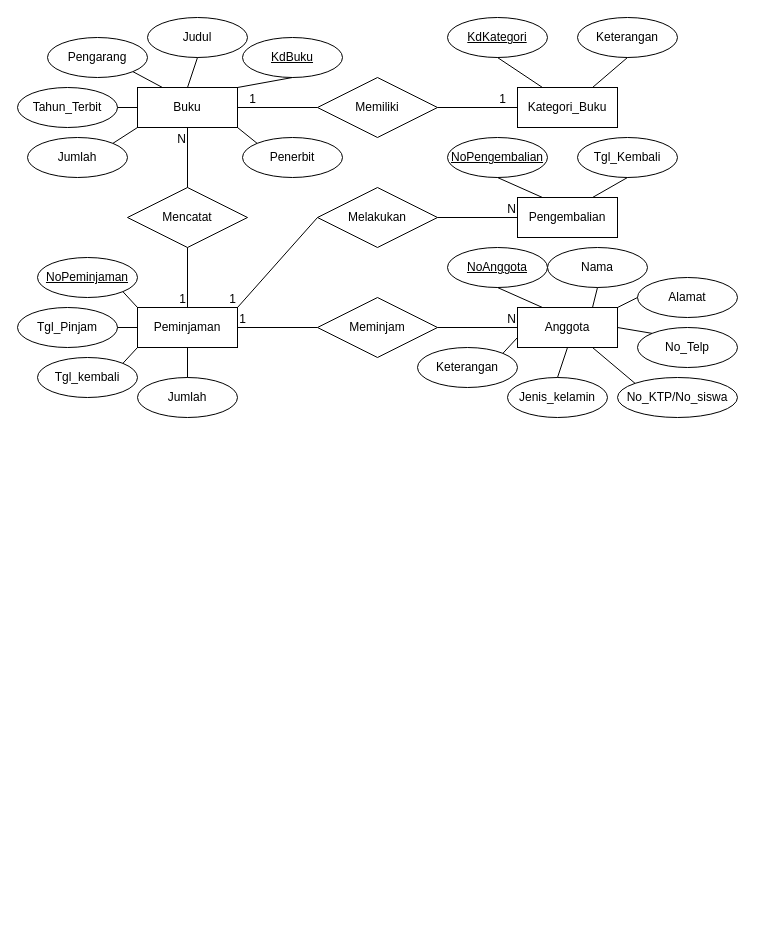
Earlier version of the draw.io diagram Matkul_Semester_2/BasisData/jobsheet7.drawio (GhoffarFitassin/Kuliah). Source tidied: cells renumbered, new cells numbered last; positions are measured from the earlier drawing's top-left corner, leaving out a move shared by most shapes. Both pictures are drawn from the tidied source at 100%, with x=0, y=0 at pixel (17, 17).
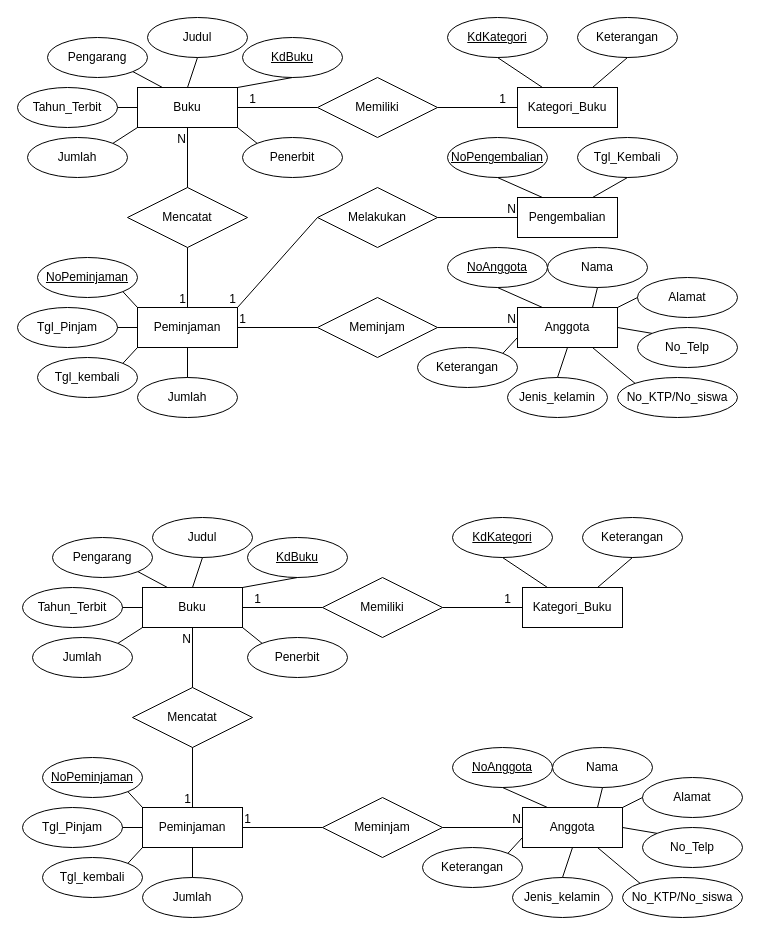
After the change.

Diff of the diagram source:
```diff
@@
+    <mxCell id="69" value="Buku" style="whiteSpace=wrap;html=1;align=center;" parent="1" vertex="1">
+      <mxGeometry x="125" y="570" width="100" height="40" as="geometry" />
+    </mxCell>
+    <mxCell id="70" value="Anggota" style="whiteSpace=wrap;html=1;align=center;" parent="1" vertex="1">
+      <mxGeometry x="505" y="790" width="100" height="40" as="geometry" />
+    </mxCell>
+    <mxCell id="71" value="Peminjaman" style="whiteSpace=wrap;html=1;align=center;" parent="1" vertex="1">
+      <mxGeometry x="125" y="790" width="100" height="40" as="geometry" />
+    </mxCell>
+    <mxCell id="72" value="Kategori_Buku" style="whiteSpace=wrap;html=1;align=center;" parent="1" vertex="1">
+      <mxGeometry x="505" y="570" width="100" height="40" as="geometry" />
+    </mxCell>
+    <mxCell id="73" value="KdBuku" style="ellipse;whiteSpace=wrap;html=1;align=center;fontStyle=4;" parent="1" vertex="1">
+      <mxGeometry x="230" y="520" width="100" height="40" as="geometry" />
+    </mxCell>
+    <mxCell id="74" value="Judul" style="ellipse;whiteSpace=wrap;html=1;align=center;" parent="1" vertex="1">
+      <mxGeometry x="135" y="500" width="100" height="40" as="geometry" />
+    </mxCell>
+    <mxCell id="75" style="endArrow=none;html=1;rounded=0;exitX=0.5;exitY=1;exitDx=0;exitDy=0;entryX=0.5;entryY=0;entryDx=0;entryDy=0;" parent="1" edge="1" source="74" target="69">
+      <mxGeometry relative="1" as="geometry" />
+    </mxCell>
+    <mxCell id="76" style="endArrow=none;html=1;rounded=0;exitX=0.5;exitY=1;exitDx=0;exitDy=0;entryX=1;entryY=0;entryDx=0;entryDy=0;" parent="1" edge="1" source="73" target="69">
+      <mxGeometry relative="1" as="geometry" />
+    </mxCell>
+    <mxCell id="77" value="Pengarang" style="ellipse;whiteSpace=wrap;html=1;align=center;" parent="1" vertex="1">
+      <mxGeometry x="35" y="520" width="100" height="40" as="geometry" />
+    </mxCell>
+    <mxCell id="78" value="Tahun_Terbit" style="ellipse;whiteSpace=wrap;html=1;align=center;" parent="1" vertex="1">
+      <mxGeometry x="5" y="570" width="100" height="40" as="geometry" />
+    </mxCell>
+    <mxCell id="79" value="Jumlah" style="ellipse;whiteSpace=wrap;html=1;align=center;" parent="1" vertex="1">
+      <mxGeometry x="15" y="620" width="100" height="40" as="geometry" />
+    </mxCell>
+    <mxCell id="80" style="endArrow=none;html=1;rounded=0;exitX=1;exitY=1;exitDx=0;exitDy=0;entryX=0.25;entryY=0;entryDx=0;entryDy=0;" parent="1" edge="1" source="77" target="69">
+      <mxGeometry relative="1" as="geometry" />
+    </mxCell>
+    <mxCell id="81" style="endArrow=none;html=1;rounded=0;exitX=1;exitY=0.5;exitDx=0;exitDy=0;entryX=0;entryY=0.5;entryDx=0;entryDy=0;" parent="1" edge="1" source="78" target="69">
+      <mxGeometry relative="1" as="geometry" />
+    </mxCell>
+    <mxCell id="82" style="endArrow=none;html=1;rounded=0;exitX=1;exitY=0;exitDx=0;exitDy=0;entryX=0;entryY=1;entryDx=0;entryDy=0;" parent="1" edge="1" source="79" target="69">
+      <mxGeometry relative="1" as="geometry" />
+    </mxCell>
+    <mxCell id="83" value="Memiliki" style="shape=rhombus;perimeter=rhombusPerimeter;whiteSpace=wrap;html=1;align=center;" parent="1" vertex="1">
+      <mxGeometry x="305" y="560" width="120" height="60" as="geometry" />
+    </mxCell>
+    <mxCell id="84" style="endArrow=none;html=1;rounded=0;entryX=1;entryY=0.5;entryDx=0;entryDy=0;exitX=0;exitY=0.5;exitDx=0;exitDy=0;" parent="1" edge="1" source="83" target="69">
+      <mxGeometry relative="1" as="geometry" />
+    </mxCell>
+    <mxCell id="85" value="1" style="html=1;whiteSpace=wrap;align=right;verticalAlign=bottom;" parent="84" vertex="1">
+      <mxGeometry x="1" relative="1" as="geometry">
+        <mxPoint x="20" as="offset" />
+      </mxGeometry>
+    </mxCell>
+    <mxCell id="86" style="endArrow=none;html=1;rounded=0;entryX=0;entryY=0.5;entryDx=0;entryDy=0;exitX=1;exitY=0.5;exitDx=0;exitDy=0;" parent="1" edge="1" source="83" target="72">
+      <mxGeometry relative="1" as="geometry" />
+    </mxCell>
+    <mxCell id="87" value="1" style="html=1;whiteSpace=wrap;align=right;verticalAlign=bottom;" parent="86" vertex="1">
+      <mxGeometry x="1" relative="1" as="geometry">
+        <mxPoint x="-10" as="offset" />
+      </mxGeometry>
+    </mxCell>
+    <mxCell id="88" value="KdKategori" style="ellipse;whiteSpace=wrap;html=1;align=center;fontStyle=4;" parent="1" vertex="1">
+      <mxGeometry x="435" y="500" width="100" height="40" as="geometry" />
+    </mxCell>
+    <mxCell id="89" style="endArrow=none;html=1;rounded=0;entryX=0.5;entryY=1;entryDx=0;entryDy=0;exitX=0.25;exitY=0;exitDx=0;exitDy=0;" parent="1" edge="1" source="72" target="88">
+      <mxGeometry relative="1" as="geometry" />
+    </mxCell>
+    <mxCell id="90" value="Mencatat" style="shape=rhombus;perimeter=rhombusPerimeter;whiteSpace=wrap;html=1;align=center;" parent="1" vertex="1">
+      <mxGeometry x="115" y="670" width="120" height="60" as="geometry" />
+    </mxCell>
+    <mxCell id="91" style="endArrow=none;html=1;rounded=0;exitX=0.5;exitY=1;exitDx=0;exitDy=0;entryX=0.5;entryY=0;entryDx=0;entryDy=0;" parent="1" edge="1" source="90" target="71">
+      <mxGeometry relative="1" as="geometry" />
+    </mxCell>
+    <mxCell id="92" value="1" style="html=1;whiteSpace=wrap;align=right;verticalAlign=bottom;" parent="91" vertex="1">
+      <mxGeometry x="1" relative="1" as="geometry" />
+    </mxCell>
+    <mxCell id="93" style="endArrow=none;html=1;rounded=0;entryX=0.5;entryY=1;entryDx=0;entryDy=0;exitX=0.5;exitY=0;exitDx=0;exitDy=0;" parent="1" edge="1" source="90" target="69">
+      <mxGeometry relative="1" as="geometry" />
+    </mxCell>
+    <mxCell id="94" value="N" style="html=1;whiteSpace=wrap;align=right;verticalAlign=bottom;" parent="93" vertex="1">
+      <mxGeometry x="1" relative="1" as="geometry">
+        <mxPoint y="20" as="offset" />
+      </mxGeometry>
+    </mxCell>
+    <mxCell id="95" value="Keterangan" style="ellipse;whiteSpace=wrap;html=1;align=center;" parent="1" vertex="1">
+      <mxGeometry x="565" y="500" width="100" height="40" as="geometry" />
+    </mxCell>
+    <mxCell id="96" style="endArrow=none;html=1;rounded=0;entryX=0.5;entryY=1;entryDx=0;entryDy=0;exitX=0.75;exitY=0;exitDx=0;exitDy=0;" parent="1" edge="1" source="72" target="95">
+      <mxGeometry relative="1" as="geometry" />
+    </mxCell>
+    <mxCell id="97" value="Tgl_Pinjam" style="ellipse;whiteSpace=wrap;html=1;align=center;" parent="1" vertex="1">
+      <mxGeometry x="5" y="790" width="100" height="40" as="geometry" />
+    </mxCell>
+    <mxCell id="98" value="Meminjam" style="shape=rhombus;perimeter=rhombusPerimeter;whiteSpace=wrap;html=1;align=center;" parent="1" vertex="1">
+      <mxGeometry x="305" y="780" width="120" height="60" as="geometry" />
+    </mxCell>
+    <mxCell id="99" style="endArrow=none;html=1;rounded=0;entryX=1;entryY=0.5;entryDx=0;entryDy=0;exitX=0;exitY=0.5;exitDx=0;exitDy=0;" parent="1" edge="1" source="98" target="71">
+      <mxGeometry relative="1" as="geometry" />
+    </mxCell>
+    <mxCell id="100" value="1" style="html=1;whiteSpace=wrap;align=right;verticalAlign=bottom;" parent="99" vertex="1">
+      <mxGeometry x="1" relative="1" as="geometry">
+        <mxPoint x="10" as="offset" />
+      </mxGeometry>
+    </mxCell>
+    <mxCell id="101" style="endArrow=none;html=1;rounded=0;entryX=0;entryY=0.5;entryDx=0;entryDy=0;exitX=1;exitY=0.5;exitDx=0;exitDy=0;" parent="1" edge="1" source="98" target="70">
+      <mxGeometry relative="1" as="geometry" />
+    </mxCell>
+    <mxCell id="102" value="N" style="html=1;whiteSpace=wrap;align=right;verticalAlign=bottom;" parent="101" vertex="1">
+      <mxGeometry x="1" relative="1" as="geometry" />
+    </mxCell>
+    <mxCell id="103" value="NoPeminjaman" style="ellipse;whiteSpace=wrap;html=1;align=center;fontStyle=4;" parent="1" vertex="1">
+      <mxGeometry x="25" y="740" width="100" height="40" as="geometry" />
+    </mxCell>
+    <mxCell id="104" value="Tgl_kembali" style="ellipse;whiteSpace=wrap;html=1;align=center;" parent="1" vertex="1">
+      <mxGeometry x="25" y="840" width="100" height="40" as="geometry" />
+    </mxCell>
+    <mxCell id="105" style="endArrow=none;html=1;rounded=0;exitX=1;exitY=1;exitDx=0;exitDy=0;entryX=0;entryY=0;entryDx=0;entryDy=0;" parent="1" edge="1" source="103" target="71">
+      <mxGeometry relative="1" as="geometry" />
+    </mxCell>
+    <mxCell id="106" style="endArrow=none;html=1;rounded=0;exitX=1;exitY=0.5;exitDx=0;exitDy=0;entryX=0;entryY=0.5;entryDx=0;entryDy=0;" parent="1" edge="1" source="97" target="71">
+      <mxGeometry relative="1" as="geometry" />
+    </mxCell>
+    <mxCell id="107" style="endArrow=none;html=1;rounded=0;exitX=1;exitY=0;exitDx=0;exitDy=0;entryX=0;entryY=1;entryDx=0;entryDy=0;" parent="1" edge="1" source="104" target="71">
+      <mxGeometry relative="1" as="geometry" />
+    </mxCell>
+    <mxCell id="108" value="Jumlah" style="ellipse;whiteSpace=wrap;html=1;align=center;" parent="1" vertex="1">
+      <mxGeometry x="125" y="860" width="100" height="40" as="geometry" />
+    </mxCell>
+    <mxCell id="109" style="endArrow=none;html=1;rounded=0;exitX=0.5;exitY=0;exitDx=0;exitDy=0;entryX=0.5;entryY=1;entryDx=0;entryDy=0;" parent="1" edge="1" source="108" target="71">
+      <mxGeometry relative="1" as="geometry" />
+    </mxCell>
+    <mxCell id="110" value="Penerbit" style="ellipse;whiteSpace=wrap;html=1;align=center;" parent="1" vertex="1">
+      <mxGeometry x="230" y="620" width="100" height="40" as="geometry" />
+    </mxCell>
+    <mxCell id="111" style="endArrow=none;html=1;rounded=0;exitX=1;exitY=1;exitDx=0;exitDy=0;entryX=0;entryY=0;entryDx=0;entryDy=0;" parent="1" edge="1" source="69" target="110">
+      <mxGeometry relative="1" as="geometry" />
+    </mxCell>
+    <mxCell id="112" value="NoAnggota" style="ellipse;whiteSpace=wrap;html=1;align=center;fontStyle=4;" parent="1" vertex="1">
+      <mxGeometry x="435" y="730" width="100" height="40" as="geometry" />
+    </mxCell>
+    <mxCell id="113" style="endArrow=none;html=1;rounded=0;entryX=0.25;entryY=0;entryDx=0;entryDy=0;exitX=0.5;exitY=1;exitDx=0;exitDy=0;" parent="1" edge="1" source="112" target="70">
+      <mxGeometry relative="1" as="geometry" />
+    </mxCell>
+    <mxCell id="114" value="Nama" style="ellipse;whiteSpace=wrap;html=1;align=center;" parent="1" vertex="1">
+      <mxGeometry x="535" y="730" width="100" height="40" as="geometry" />
+    </mxCell>
+    <mxCell id="115" style="endArrow=none;html=1;rounded=0;entryX=0.5;entryY=1;entryDx=0;entryDy=0;exitX=0.75;exitY=0;exitDx=0;exitDy=0;" parent="1" edge="1" source="70" target="114">
+      <mxGeometry relative="1" as="geometry" />
+    </mxCell>
+    <mxCell id="116" value="Alamat" style="ellipse;whiteSpace=wrap;html=1;align=center;" parent="1" vertex="1">
+      <mxGeometry x="625" y="760" width="100" height="40" as="geometry" />
+    </mxCell>
+    <mxCell id="117" style="endArrow=none;html=1;rounded=0;entryX=0;entryY=0.5;entryDx=0;entryDy=0;exitX=1;exitY=0;exitDx=0;exitDy=0;" parent="1" edge="1" source="70" target="116">
+      <mxGeometry relative="1" as="geometry" />
+    </mxCell>
+    <mxCell id="118" value="No_Telp" style="ellipse;whiteSpace=wrap;html=1;align=center;" parent="1" vertex="1">
+      <mxGeometry x="625" y="810" width="100" height="40" as="geometry" />
+    </mxCell>
+    <mxCell id="119" style="endArrow=none;html=1;rounded=0;entryX=0;entryY=0;entryDx=0;entryDy=0;exitX=1;exitY=0.5;exitDx=0;exitDy=0;" parent="1" edge="1" source="70" target="118">
+      <mxGeometry relative="1" as="geometry" />
+    </mxCell>
+    <mxCell id="120" value="No_KTP/No_siswa" style="ellipse;whiteSpace=wrap;html=1;align=center;" parent="1" vertex="1">
+      <mxGeometry x="605" y="860" width="120" height="40" as="geometry" />
+    </mxCell>
+    <mxCell id="121" style="endArrow=none;html=1;rounded=0;entryX=0;entryY=0;entryDx=0;entryDy=0;exitX=0.75;exitY=1;exitDx=0;exitDy=0;" parent="1" edge="1" source="70" target="120">
+      <mxGeometry relative="1" as="geometry" />
+    </mxCell>
+    <mxCell id="122" value="Jenis_kelamin" style="ellipse;whiteSpace=wrap;html=1;align=center;" parent="1" vertex="1">
+      <mxGeometry x="495" y="860" width="100" height="40" as="geometry" />
+    </mxCell>
+    <mxCell id="123" style="endArrow=none;html=1;rounded=0;entryX=0.5;entryY=1;entryDx=0;entryDy=0;exitX=0.5;exitY=0;exitDx=0;exitDy=0;" parent="1" edge="1" source="122" target="70">
+      <mxGeometry relative="1" as="geometry" />
+    </mxCell>
+    <mxCell id="124" value="Keterangan" style="ellipse;whiteSpace=wrap;html=1;align=center;" parent="1" vertex="1">
+      <mxGeometry x="405" y="830" width="100" height="40" as="geometry" />
+    </mxCell>
+    <mxCell id="125" style="endArrow=none;html=1;rounded=0;entryX=0;entryY=0.75;entryDx=0;entryDy=0;exitX=1;exitY=0;exitDx=0;exitDy=0;entryPerimeter=0;" parent="1" edge="1" source="124" target="70">
+      <mxGeometry relative="1" as="geometry" />
+    </mxCell>
```
